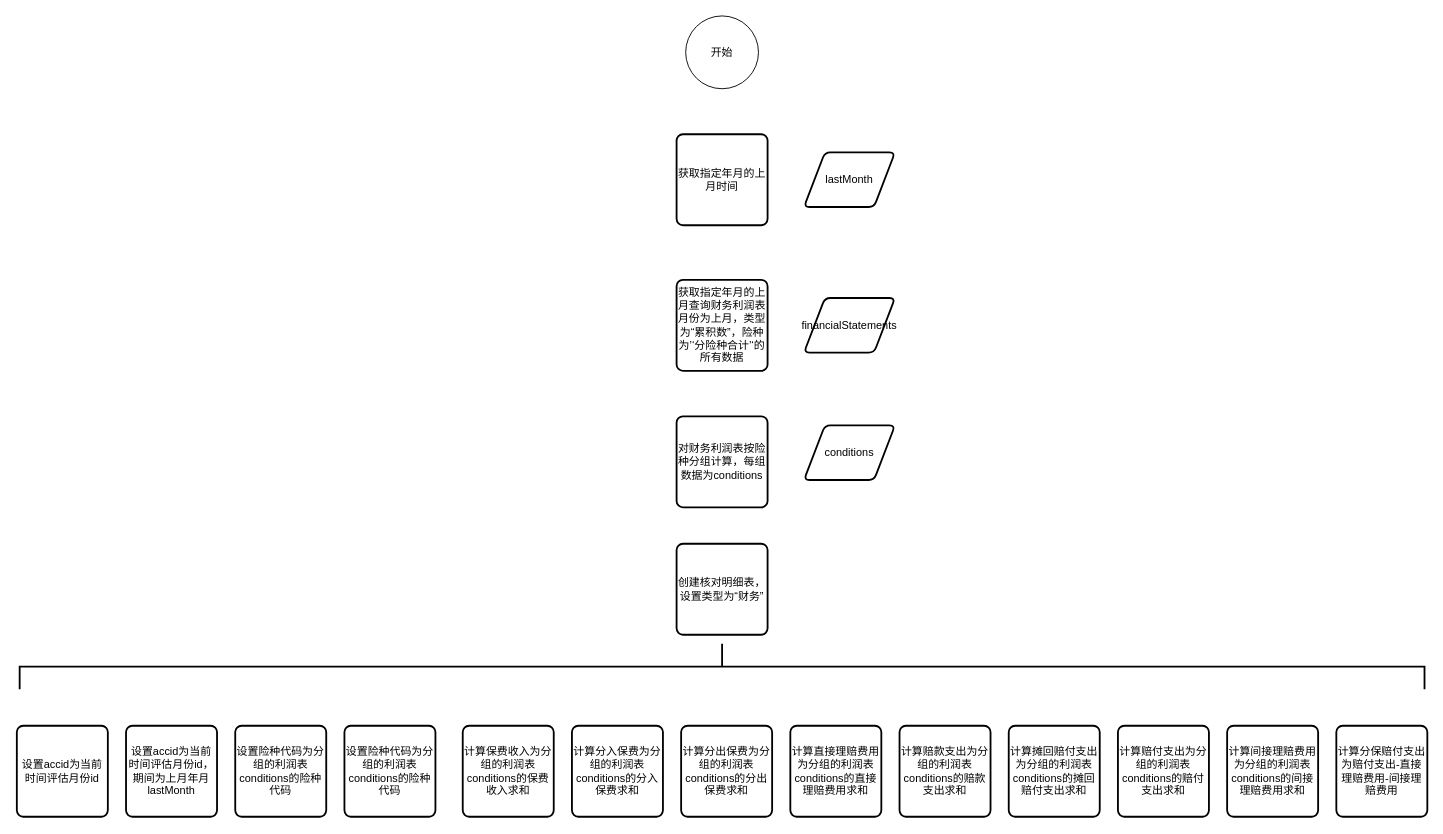
The draw.io diagram 财务sqlserver逻辑.drawio in zp17762835004/e-commerce, before the edit. Source tidied: cells renumbered, new cells numbered last; positions are measured from the earlier drawing's top-left corner, leaving out a move shared by most shapes. Both pictures are drawn from the tidied source at 91%, with x=0, y=0 at pixel (16, 15).
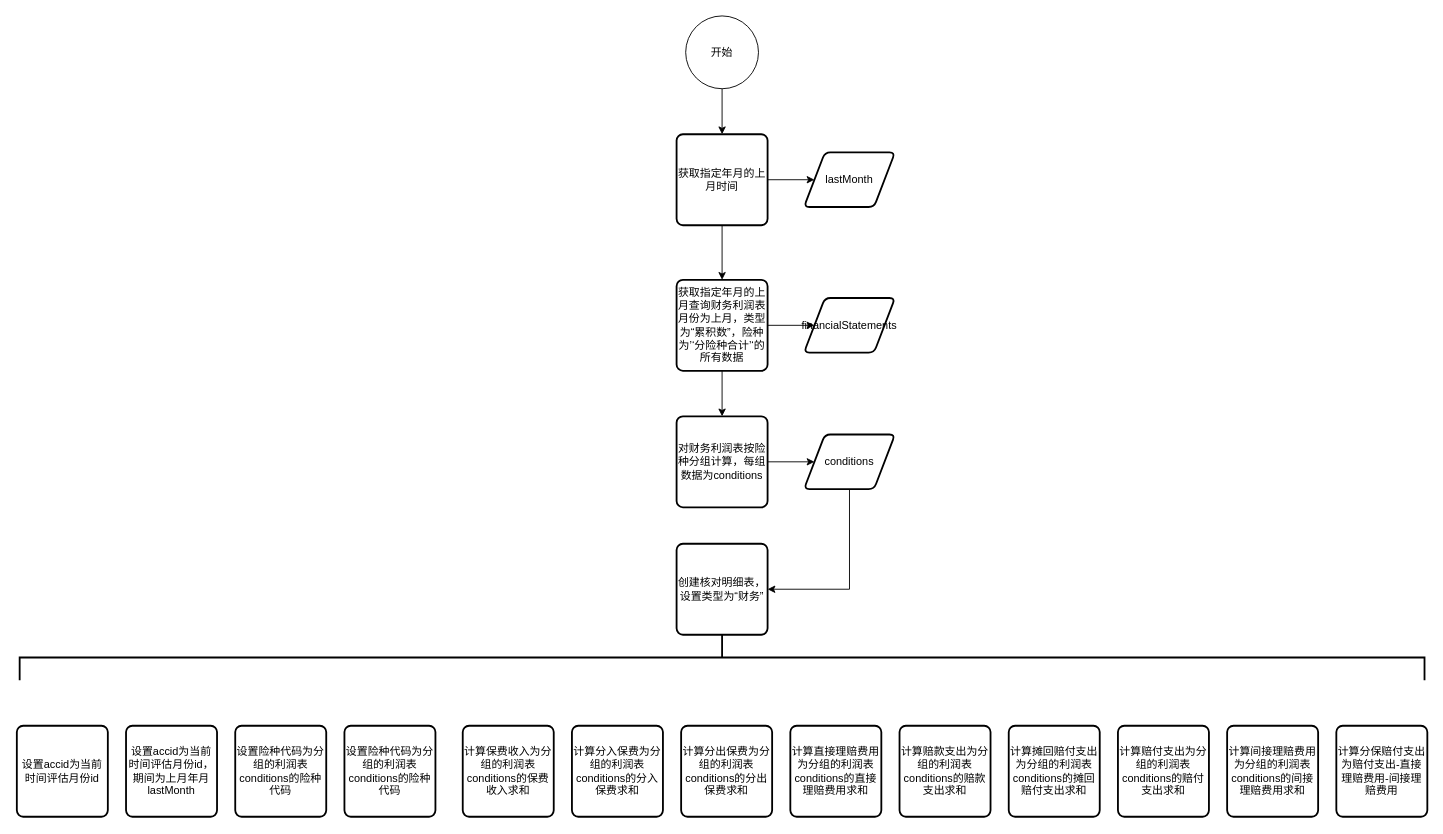
Above is the later version.

Commit message (it also covers changes not shown here):
更新财务sqlserver逻辑.drawio

The change refers to these unchanged cells:
```xml
<mxCell id="2" value="开始" style="ellipse;whiteSpace=wrap;html=1;" parent="1" vertex="1">
  <mxGeometry x="735" width="80" height="80" as="geometry" />
</mxCell>
<mxCell id="3" value="获取指定年月的上月时间" style="rounded=1;whiteSpace=wrap;html=1;absoluteArcSize=1;arcSize=14;strokeWidth=2;" parent="1" vertex="1">
  <mxGeometry x="725" y="130" width="100" height="100" as="geometry" />
</mxCell>
<mxCell id="4" value="lastMonth" style="shape=parallelogram;html=1;strokeWidth=2;perimeter=parallelogramPerimeter;whiteSpace=wrap;rounded=1;arcSize=12;size=0.23;" parent="1" vertex="1">
  <mxGeometry x="865" y="150" width="100" height="60" as="geometry" />
</mxCell>
<mxCell id="5" value="获取指定年月的上月查询财务利润表月份为上月，类型为“累积数”，险种为’‘分险种合计’‘的所有数据" style="rounded=1;whiteSpace=wrap;html=1;absoluteArcSize=1;arcSize=14;strokeWidth=2;" parent="1" vertex="1">
  <mxGeometry x="725" y="290" width="100" height="100" as="geometry" />
</mxCell>
<mxCell id="6" value="financialStatements" style="shape=parallelogram;html=1;strokeWidth=2;perimeter=parallelogramPerimeter;whiteSpace=wrap;rounded=1;arcSize=12;size=0.23;" parent="1" vertex="1">
  <mxGeometry x="865" y="310" width="100" height="60" as="geometry" />
</mxCell>
<mxCell id="7" value="对财务利润表按险种分组计算，每组数据为conditions" style="rounded=1;whiteSpace=wrap;html=1;absoluteArcSize=1;arcSize=14;strokeWidth=2;" parent="1" vertex="1">
  <mxGeometry x="725" y="440" width="100" height="100" as="geometry" />
</mxCell>
<mxCell id="8" value="创建核对明细表，设置类型为“财务”" style="rounded=1;whiteSpace=wrap;html=1;absoluteArcSize=1;arcSize=14;strokeWidth=2;" parent="1" vertex="1">
  <mxGeometry x="725" y="580" width="100" height="100" as="geometry" />
</mxCell>
```

The edit, as a diff of the source:
```diff
@@
+    <mxCell id="24" style="edgeStyle=orthogonalEdgeStyle;rounded=0;jettySize=auto;html=1;" parent="1" edge="1" source="2" target="3">
+      <mxGeometry relative="1" as="geometry" />
+    </mxCell>
@@
+    <mxCell id="25" style="edgeStyle=orthogonalEdgeStyle;rounded=0;jettySize=auto;html=1;" parent="1" edge="1" source="3" target="5">
+      <mxGeometry relative="1" as="geometry" />
+    </mxCell>
+    <mxCell id="26" style="edgeStyle=orthogonalEdgeStyle;rounded=0;jettySize=auto;html=1;" parent="1" edge="1" source="3" target="4">
+      <mxGeometry relative="1" as="geometry" />
+    </mxCell>
@@
+    <mxCell id="27" style="edgeStyle=orthogonalEdgeStyle;rounded=0;jettySize=auto;html=1;" parent="1" edge="1" source="5" target="7">
+      <mxGeometry relative="1" as="geometry" />
+    </mxCell>
+    <mxCell id="28" style="edgeStyle=orthogonalEdgeStyle;rounded=0;jettySize=auto;html=1;" parent="1" edge="1" source="5" target="6">
+      <mxGeometry relative="1" as="geometry" />
+    </mxCell>
@@
+    <mxCell id="29" style="edgeStyle=orthogonalEdgeStyle;rounded=0;jettySize=auto;html=1;" parent="1" edge="1" source="7" target="9">
+      <mxGeometry relative="1" as="geometry" />
+    </mxCell>
@@
+    <mxCell id="30" style="edgeStyle=orthogonalEdgeStyle;rounded=0;jettySize=auto;html=1;entryX=1;entryY=0.5;entryDx=0;entryDy=0;" parent="1" edge="1" source="9" target="8">
+      <mxGeometry relative="1" as="geometry">
+        <Array as="points">
+          <mxPoint x="915" y="630" />
+        </Array>
+      </mxGeometry>
+    </mxCell>
     <mxCell id="9" value="conditions" style="shape=parallelogram;html=1;strokeWidth=2;perimeter=parallelogramPerimeter;whiteSpace=wrap;rounded=1;arcSize=12;size=0.23;" parent="1" vertex="1">
-      <mxGeometry x="865" y="450" width="100" height="60" as="geometry" />
+      <mxGeometry x="865" y="460" width="100" height="60" as="geometry" />
     </mxCell>
@@
     <mxCell id="23" style="strokeWidth=2;html=1;shape=mxgraph.flowchart.annotation_2;align=left;labelPosition=right;direction=south;" parent="1" vertex="1">
-      <mxGeometry x="3.1" y="690" width="1543.8" height="50" as="geometry" />
+      <mxGeometry x="3.1" y="680" width="1543.8" height="50" as="geometry" />
     </mxCell>
```
